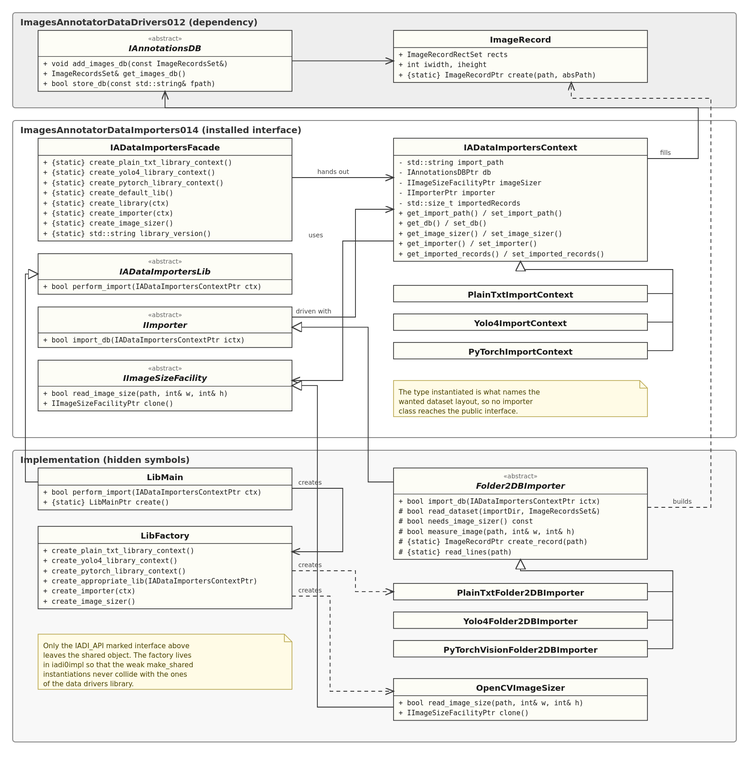
Before: doc/diagrams/images/lib-class-structure.svg, a diagram exported from PlantUML (yuriysydor1991/ImagesAnnotator-DataImporters). Its source is kept beside it as doc/diagrams/plantuml/lib-class-structure.puml.
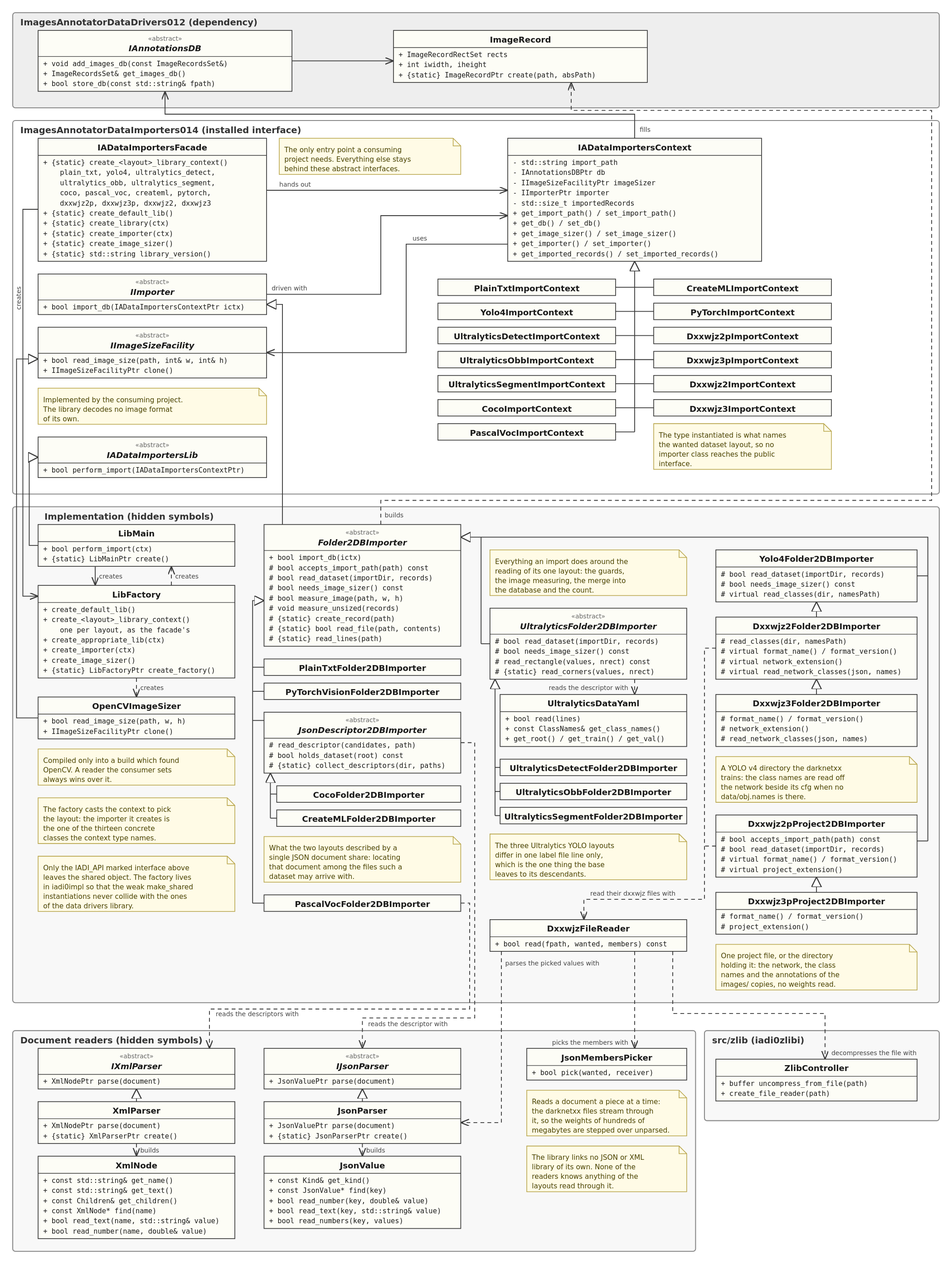
Above is the later version.

Commit message:
Redraw the class diagram with the darknetxx importers

Diff of the diagram source:
```diff
@@ -52,6 +52,10 @@
   class PascalVocImportContext
   class CreateMLImportContext
   class PyTorchImportContext
+  class Dxxwjz2pImportContext
+  class Dxxwjz3pImportContext
+  class Dxxwjz2ImportContext
+  class Dxxwjz3ImportContext
 
   abstract class IADataImportersLib {
     +{abstract} bool perform_import(IADataImportersContextPtr ctx)
@@ -67,6 +71,10 @@
     +{static} PascalVocImportContextPtr create_pascal_voc_library_context()
     +{static} CreateMLImportContextPtr create_createml_library_context()
     +{static} PyTorchImportContextPtr create_pytorch_library_context()
+    +{static} Dxxwjz2pImportContextPtr create_dxxwjz2p_library_context()
+    +{static} Dxxwjz3pImportContextPtr create_dxxwjz3p_library_context()
+    +{static} Dxxwjz2ImportContextPtr create_dxxwjz2_library_context()
+    +{static} Dxxwjz3ImportContextPtr create_dxxwjz3_library_context()
     +{static} IADataImportersLibPtr create_default_lib()
     +{static} IADataImportersLibPtr create_library(IADataImportersContextPtr ctx)
     +{static} IImporterPtr create_importer(const IADataImportersContextPtr& ctx)
@@ -92,6 +100,10 @@
     +PascalVocImportContextPtr create_pascal_voc_library_context()
     +CreateMLImportContextPtr create_createml_library_context()
     +PyTorchImportContextPtr create_pytorch_library_context()
+    +Dxxwjz2pImportContextPtr create_dxxwjz2p_library_context()
+    +Dxxwjz3pImportContextPtr create_dxxwjz3p_library_context()
+    +Dxxwjz2ImportContextPtr create_dxxwjz2_library_context()
+    +Dxxwjz3ImportContextPtr create_dxxwjz3_library_context()
     +IADataImportersLibPtr create_appropriate_lib(IADataImportersContextPtr ctx)
     +IImporterPtr create_importer(const IADataImportersContextPtr& ctx)
     +IImageSizeFacilityPtr create_image_sizer()
@@ -100,6 +112,7 @@
 
   abstract class Folder2DBImporter {
     +bool import_db(IADataImportersContextPtr ictx)
+    #virtual bool accepts_import_path(const std::filesystem::path& importPath) const
     #{abstract} bool read_dataset(const std::filesystem::path& importDir, ImageRecordsSet& records)
     #virtual bool needs_image_sizer() const
     #bool measure_image(const std::filesystem::path& imagePath, int& width, int& height)
@@ -131,7 +144,13 @@
   }
 
   class PlainTxtFolder2DBImporter
-  class Yolo4Folder2DBImporter
+
+  class Yolo4Folder2DBImporter {
+    #bool read_dataset(const std::filesystem::path& importDir, ImageRecordsSet& records)
+    #bool needs_image_sizer() const
+    #virtual ClassNames read_classes(const std::filesystem::path& importDir, const std::filesystem::path& namesPath)
+  }
+
   class UltralyticsDetectFolder2DBImporter
   class UltralyticsObbFolder2DBImporter
   class UltralyticsSegmentFolder2DBImporter
@@ -139,6 +158,39 @@
   class PascalVocFolder2DBImporter
   class CreateMLFolder2DBImporter
   class PyTorchVisionFolder2DBImporter
+
+  class Dxxwjz2Folder2DBImporter {
+    #ClassNames read_classes(const std::filesystem::path& importDir, const std::filesystem::path& namesPath)
+    #virtual const std::string& format_name() const
+    #virtual int format_version() const
+    #virtual const std::string& network_extension() const
+    #virtual bool read_network_classes(const JsonValue& classes, ClassNames& names) const
+  }
+
+  class Dxxwjz3Folder2DBImporter {
+    #const std::string& format_name() const
+    #int format_version() const
+    #const std::string& network_extension() const
+    #bool read_network_classes(const JsonValue& classes, ClassNames& names) const
+  }
+
+  class Dxxwjz2pProject2DBImporter {
+    #bool accepts_import_path(const std::filesystem::path& importPath) const
+    #bool read_dataset(const std::filesystem::path& importDir, ImageRecordsSet& records)
+    #virtual const std::string& format_name() const
+    #virtual int format_version() const
+    #virtual const std::string& project_extension() const
+  }
+
+  class Dxxwjz3pProject2DBImporter {
+    #const std::string& format_name() const
+    #int format_version() const
+    #const std::string& project_extension() const
+  }
+
+  class DxxwjzFileReader {
+    +bool read(const std::filesystem::path& fpath, const Paths& wanted, Members& members) const
+  }
 
   class OpenCVImageSizer {
     +bool read_image_size(const std::string& imagePath, int& width, int& height)
@@ -173,6 +225,10 @@
     +{static} XmlParserPtr create()
   }
 
+  class JsonMembersPicker {
+    +bool pick(const std::vector<Path>& wanted, const Receiver& receiver)
+  }
+
   class XmlNode {
     +const std::string& get_name()
     +const std::string& get_text()
@@ -180,6 +236,13 @@
     +const XmlNode* find(const std::string& name)
     +bool read_text(const std::string& name, std::string& value)
     +bool read_number(const std::string& name, double& value)
+  }
+}
+
+package "src/zlib (iadi0zlibi)" #F8F8F8 {
+  class ZlibController {
+    +buffer uncompress_from_file(const std::string& path)
+    +std::unique_ptr<GzipIStream> create_file_reader(const std::string& path)
   }
 }
 
@@ -218,9 +281,30 @@
 
 note bottom of IJsonParser
   The library links no JSON or XML
-  library of its own. Neither reader
-  knows anything of the layouts read
-  through it.
+  library of its own. None of the
+  readers knows anything of the
+  layouts read through it.
+end note
+
+note bottom of Dxxwjz2Folder2DBImporter
+  A YOLO v4 directory the darknetxx
+  trains: the class names are read off
+  the network beside its cfg when no
+  data/obj.names is there.
+end note
+
+note bottom of Dxxwjz2pProject2DBImporter
+  One project file, or the directory
+  holding it: the network, the class
+  names and the annotations of the
+  images/ copies, no weights read.
+end note
+
+note bottom of JsonMembersPicker
+  Reads a document a piece at a time:
+  the darknetxx files stream through
+  it, so the weights of hundreds of
+  megabytes are stepped over unparsed.
 end note
 
 note bottom of OpenCVImageSizer
@@ -247,6 +331,11 @@
 UltralyticsFolder2DBImporter <|-- UltralyticsObbFolder2DBImporter
 UltralyticsFolder2DBImporter <|-- UltralyticsSegmentFolder2DBImporter
 
+Yolo4Folder2DBImporter <|-- Dxxwjz2Folder2DBImporter
+Dxxwjz2Folder2DBImporter <|-- Dxxwjz3Folder2DBImporter
+Folder2DBImporter <|-- Dxxwjz2pProject2DBImporter
+Dxxwjz2pProject2DBImporter <|-- Dxxwjz3pProject2DBImporter
+
 IJsonParser <|-- JsonParser
 IXmlParser <|-- XmlParser
 JsonParser ..> JsonValue : builds
@@ -264,6 +353,10 @@
 LibFactory ..> PascalVocFolder2DBImporter : creates
 LibFactory ..> CreateMLFolder2DBImporter : creates
 LibFactory ..> PyTorchVisionFolder2DBImporter : creates
+LibFactory ..> Dxxwjz2Folder2DBImporter : creates
+LibFactory ..> Dxxwjz3Folder2DBImporter : creates
+LibFactory ..> Dxxwjz2pProject2DBImporter : creates
+LibFactory ..> Dxxwjz3pProject2DBImporter : creates
 LibFactory ..> OpenCVImageSizer : creates
 
 IADataImportersContext <|-- PlainTxtImportContext
@@ -275,6 +368,10 @@
 IADataImportersContext <|-- PascalVocImportContext
 IADataImportersContext <|-- CreateMLImportContext
 IADataImportersContext <|-- PyTorchImportContext
+IADataImportersContext <|-- Dxxwjz2pImportContext
+IADataImportersContext <|-- Dxxwjz3pImportContext
+IADataImportersContext <|-- Dxxwjz2ImportContext
+IADataImportersContext <|-- Dxxwjz3ImportContext
 
 LibFactory ..> IADataImportersContext : creates and casts to pick the layout
 
@@ -285,6 +382,11 @@
 UltralyticsFolder2DBImporter ..> UltralyticsDataYaml : reads the descriptor with
 JsonDescriptor2DBImporter ..> IJsonParser : reads the descriptor with
 PascalVocFolder2DBImporter ..> IXmlParser : reads the descriptors with
+Dxxwjz2Folder2DBImporter ..> DxxwjzFileReader : reads the network with
+Dxxwjz2pProject2DBImporter ..> DxxwjzFileReader : reads the project with
+DxxwjzFileReader ..> ZlibController : decompresses the file with
+DxxwjzFileReader ..> JsonMembersPicker : picks the members with
+DxxwjzFileReader ..> JsonParser : parses the picked values with
 
 IDB --> ImageRecord
 Folder2DBImporter ..> ImageRecord : builds
```
